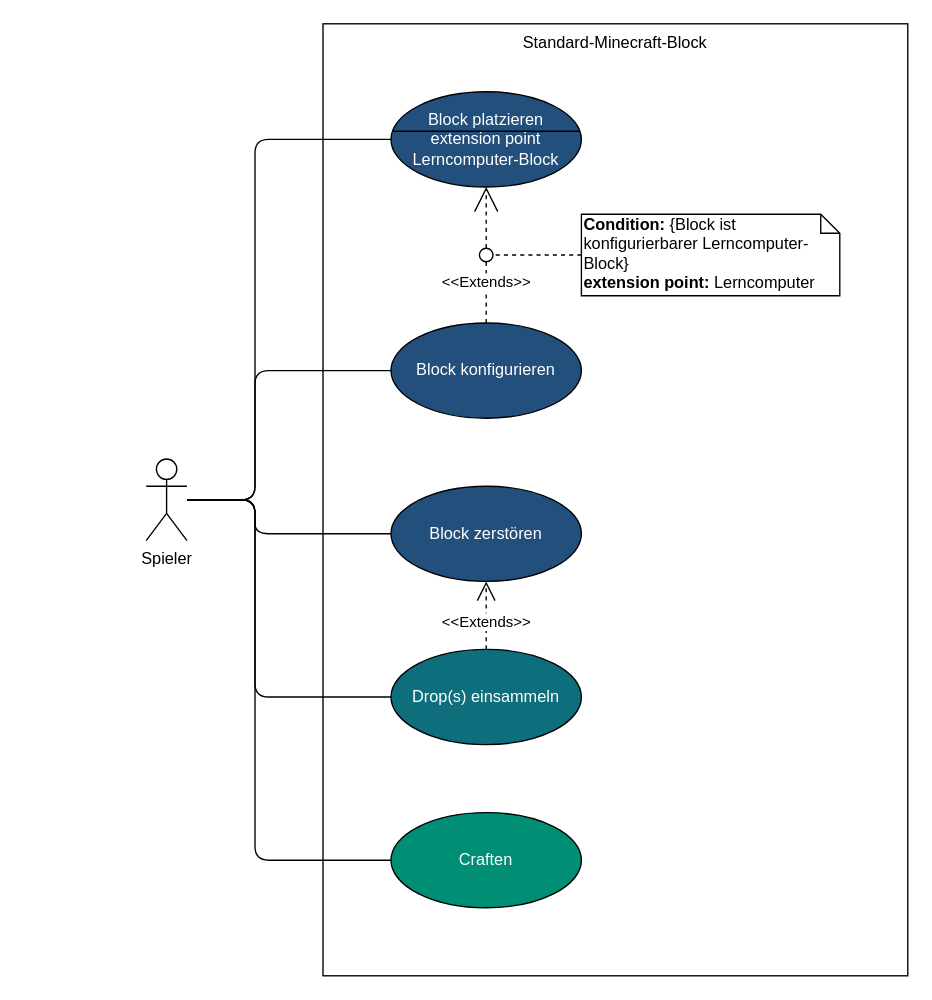
Earlier version of the draw.io diagram Standard_Minecraft-Block.drawio (LundiNord/RISCJ-Diagramms). Source tidied: cells renumbered, new cells numbered last; positions are measured from the earlier drawing's top-left corner, leaving out a move shared by most shapes. Both pictures are drawn from the tidied source at 136%, with x=0, y=0 at pixel (146, 23).
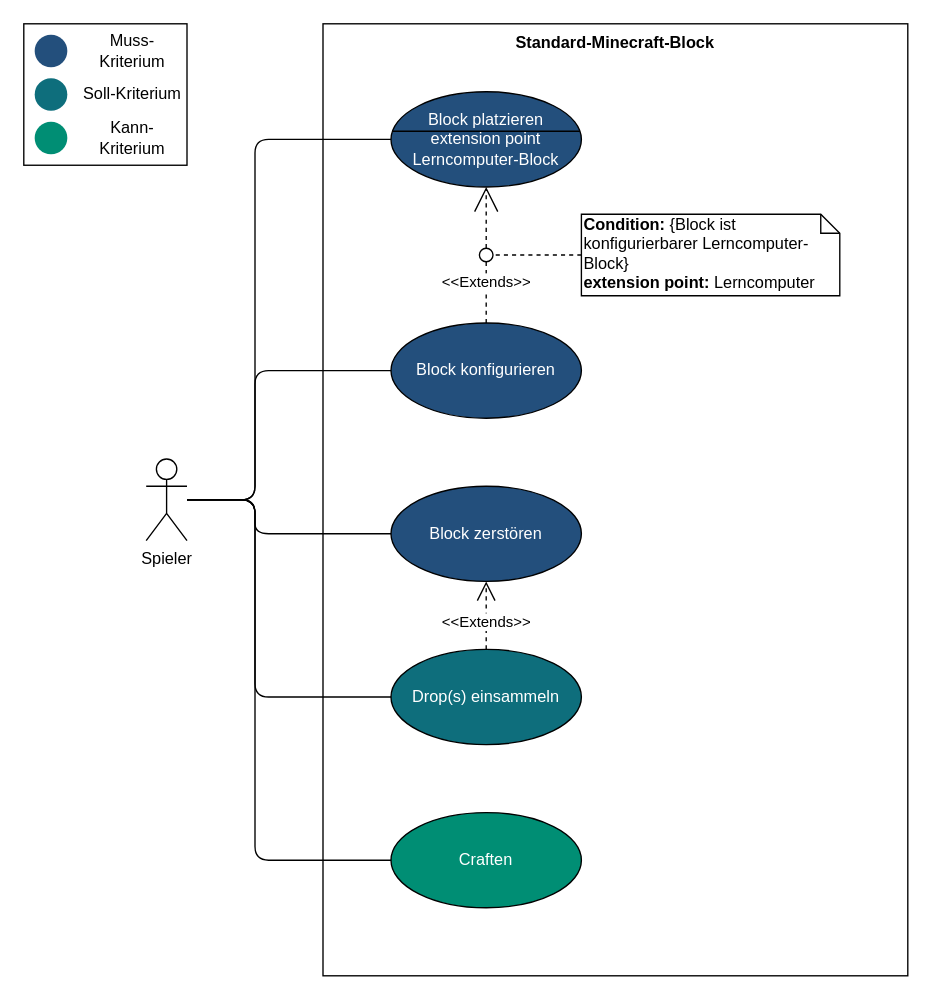
The same diagram, later.

The edit, as a diff of the source:
```diff
@@
-    <mxCell id="2" value="Standard-Minecraft-Block" style="whiteSpace=wrap;html=1;fillColor=#FFFFFF;verticalAlign=top;" parent="1" vertex="1">
+    <mxCell id="2" value="&lt;b&gt;Standard-Minecraft-Block&lt;/b&gt;" style="whiteSpace=wrap;html=1;fillColor=#FFFFFF;verticalAlign=top;" parent="1" vertex="1">
       <mxGeometry x="130" width="430" height="700" as="geometry" />
     </mxCell>
@@
+    <mxCell id="21" style="group;" parent="1" vertex="1">
+      <mxGeometry x="-90" width="120" height="104" as="geometry" />
+    </mxCell>
+    <mxCell id="22" style="ellipse;whiteSpace=wrap;html=1;strokeColor=none;fillColor=#234F7C;" parent="21" vertex="1">
+      <mxGeometry x="8" y="8" width="24" height="24" as="geometry" />
+    </mxCell>
+    <mxCell id="23" style="ellipse;whiteSpace=wrap;html=1;strokeColor=none;fillColor=#0E6E7C;" parent="21" vertex="1">
+      <mxGeometry x="8" y="40" width="24" height="24" as="geometry" />
+    </mxCell>
+    <mxCell id="24" style="ellipse;whiteSpace=wrap;html=1;strokeColor=none;fillColor=#008E74;" parent="21" vertex="1">
+      <mxGeometry x="8" y="72" width="24" height="24" as="geometry" />
+    </mxCell>
+    <mxCell id="25" value="Muss-Kriterium" style="text;html=1;strokeColor=none;fillColor=none;align=center;verticalAlign=middle;whiteSpace=wrap;rounded=0;" parent="21" vertex="1">
+      <mxGeometry x="40" y="8" width="80" height="24" as="geometry" />
+    </mxCell>
+    <mxCell id="26" value="Soll-Kriterium" style="text;html=1;strokeColor=none;fillColor=none;align=center;verticalAlign=middle;whiteSpace=wrap;rounded=0;" parent="21" vertex="1">
+      <mxGeometry x="40" y="40" width="80" height="24" as="geometry" />
+    </mxCell>
+    <mxCell id="27" value="Kann-Kriterium" style="text;html=1;strokeColor=none;fillColor=none;align=center;verticalAlign=middle;whiteSpace=wrap;rounded=0;" parent="21" vertex="1">
+      <mxGeometry x="40" y="72" width="80" height="24" as="geometry" />
+    </mxCell>
+    <mxCell id="28" style="rounded=0;whiteSpace=wrap;html=1;fillColor=none;" parent="21" vertex="1">
+      <mxGeometry width="120" height="104" as="geometry" />
+    </mxCell>
```
